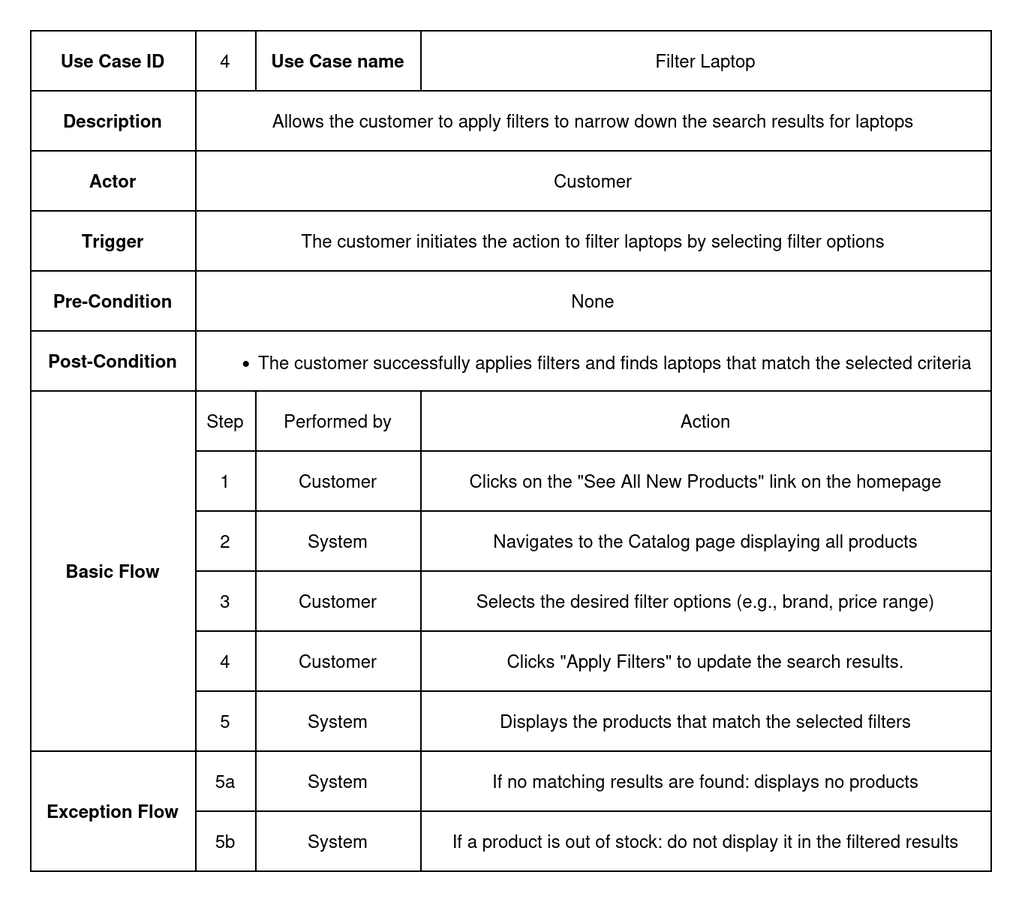
The draw.io diagram documentation/Images/usecase_metadata_card/uc_4_filter_laptop.drawio.png in auphong2707/itse-laptopshop-management-web-application, before a commit. Source tidied: cells renumbered, new cells last; positions are measured from the earlier drawing's top-left corner, leaving out a move shared by most shapes.
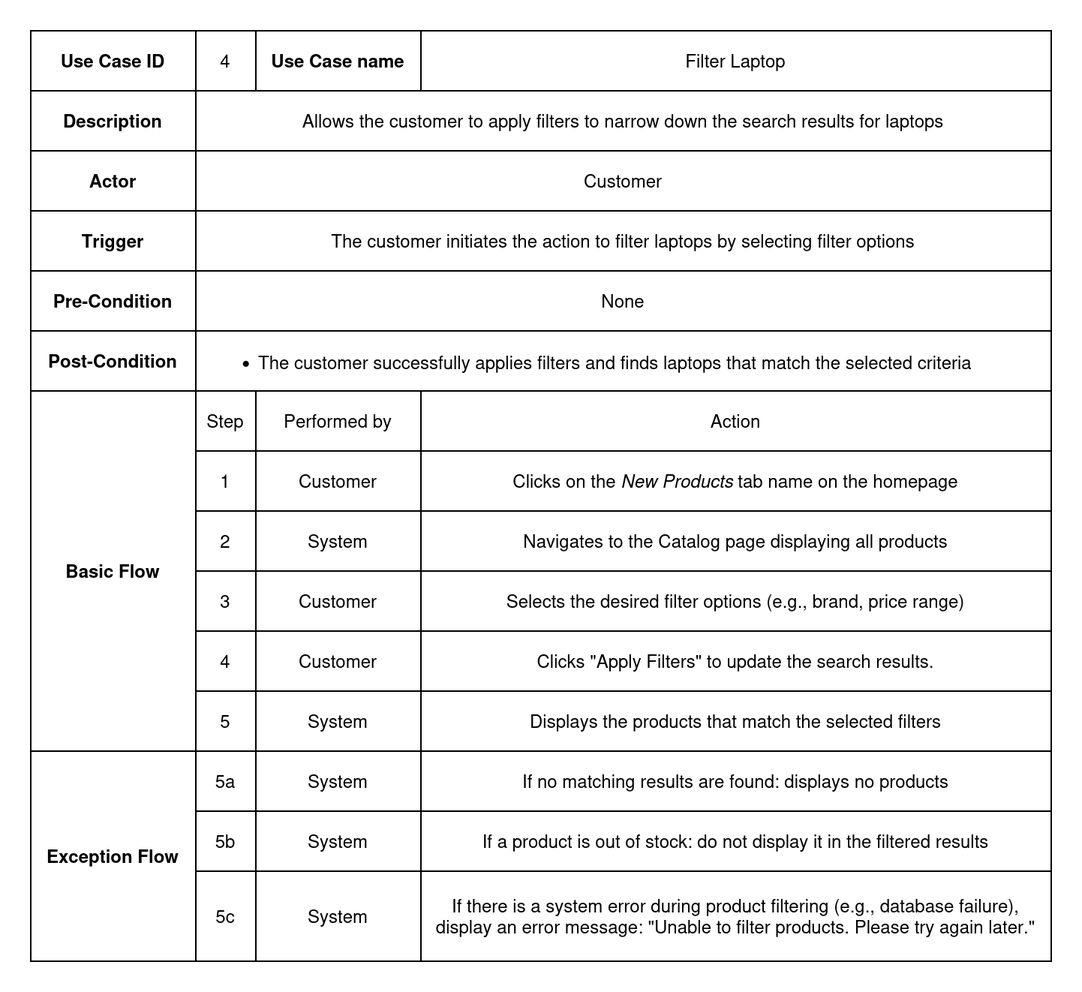
After the change.

Change to the diagram source:
```diff
@@ -3,10 +3,10 @@
     <mxCell id="0" />
     <mxCell id="1" parent="0" />
     <mxCell id="2" style="shape=table;startSize=0;" parent="1" vertex="1">
-      <mxGeometry width="640" height="560" as="geometry" />
+      <mxGeometry width="680" height="620" as="geometry" />
     </mxCell>
     <mxCell id="3" style="shape=tableRow;horizontal=0;startSize=0;swimlaneHead=0;swimlaneBody=0;strokeColor=inherit;top=0;left=0;bottom=0;right=0;fillColor=none;" parent="2" vertex="1">
-      <mxGeometry width="640" height="40" as="geometry" />
+      <mxGeometry width="680" height="40" as="geometry" />
     </mxCell>
     <mxCell id="4" value="Use Case ID" style="shape=partialRectangle;html=1;whiteSpace=wrap;strokeColor=inherit;overflow=hidden;fillColor=none;top=0;left=0;bottom=0;right=0;fontStyle=1;" parent="3" vertex="1">
       <mxGeometry width="110" height="40" as="geometry" />
@@ -18,55 +18,55 @@
       <mxGeometry x="150" width="110" height="40" as="geometry" />
     </mxCell>
     <mxCell id="7" value="Filter Laptop" style="shape=partialRectangle;html=1;whiteSpace=wrap;strokeColor=inherit;overflow=hidden;fillColor=none;top=0;left=0;bottom=0;right=0;" parent="3" vertex="1">
-      <mxGeometry x="260" width="380" height="40" as="geometry" />
+      <mxGeometry x="260" width="420" height="40" as="geometry" />
     </mxCell>
     <mxCell id="8" style="shape=tableRow;horizontal=0;startSize=0;swimlaneHead=0;swimlaneBody=0;strokeColor=inherit;top=0;left=0;bottom=0;right=0;fillColor=none;" parent="2" vertex="1">
-      <mxGeometry y="40" width="640" height="40" as="geometry" />
+      <mxGeometry y="40" width="680" height="40" as="geometry" />
     </mxCell>
     <mxCell id="9" value="Description" style="shape=partialRectangle;html=1;whiteSpace=wrap;strokeColor=inherit;overflow=hidden;fillColor=none;top=0;left=0;bottom=0;right=0;fontStyle=1;" parent="8" vertex="1">
       <mxGeometry width="110" height="40" as="geometry" />
     </mxCell>
     <mxCell id="10" value="Allows the customer to apply filters to narrow down the search results for laptops" style="shape=partialRectangle;html=1;whiteSpace=wrap;strokeColor=inherit;overflow=hidden;fillColor=none;top=0;left=0;bottom=0;right=0;rowspan=1;colspan=3;" parent="8" vertex="1">
-      <mxGeometry x="110" width="530" height="40" as="geometry" />
+      <mxGeometry x="110" width="570" height="40" as="geometry" />
     </mxCell>
     <mxCell id="11" style="shape=tableRow;horizontal=0;startSize=0;swimlaneHead=0;swimlaneBody=0;strokeColor=inherit;top=0;left=0;bottom=0;right=0;fillColor=none;" parent="2" vertex="1">
-      <mxGeometry y="80" width="640" height="40" as="geometry" />
+      <mxGeometry y="80" width="680" height="40" as="geometry" />
     </mxCell>
     <mxCell id="12" value="Actor" style="shape=partialRectangle;html=1;whiteSpace=wrap;strokeColor=inherit;overflow=hidden;fillColor=none;top=0;left=0;bottom=0;right=0;fontStyle=1;" parent="11" vertex="1">
       <mxGeometry width="110" height="40" as="geometry" />
     </mxCell>
     <mxCell id="13" value="Customer" style="shape=partialRectangle;html=1;whiteSpace=wrap;strokeColor=inherit;overflow=hidden;fillColor=none;top=0;left=0;bottom=0;right=0;rowspan=1;colspan=3;" parent="11" vertex="1">
-      <mxGeometry x="110" width="530" height="40" as="geometry" />
+      <mxGeometry x="110" width="570" height="40" as="geometry" />
     </mxCell>
     <mxCell id="14" style="shape=tableRow;horizontal=0;startSize=0;swimlaneHead=0;swimlaneBody=0;strokeColor=inherit;top=0;left=0;bottom=0;right=0;fillColor=none;" parent="2" vertex="1">
-      <mxGeometry y="120" width="640" height="40" as="geometry" />
+      <mxGeometry y="120" width="680" height="40" as="geometry" />
     </mxCell>
     <mxCell id="15" value="Trigger" style="shape=partialRectangle;html=1;whiteSpace=wrap;strokeColor=inherit;overflow=hidden;fillColor=none;top=0;left=0;bottom=0;right=0;fontStyle=1;" parent="14" vertex="1">
       <mxGeometry width="110" height="40" as="geometry" />
     </mxCell>
     <mxCell id="16" value="The customer initiates the action to filter laptops by selecting filter options" style="shape=partialRectangle;html=1;whiteSpace=wrap;strokeColor=inherit;overflow=hidden;fillColor=none;top=0;left=0;bottom=0;right=0;rowspan=1;colspan=3;" parent="14" vertex="1">
-      <mxGeometry x="110" width="530" height="40" as="geometry" />
+      <mxGeometry x="110" width="570" height="40" as="geometry" />
     </mxCell>
     <mxCell id="17" style="shape=tableRow;horizontal=0;startSize=0;swimlaneHead=0;swimlaneBody=0;strokeColor=inherit;top=0;left=0;bottom=0;right=0;fillColor=none;" parent="2" vertex="1">
-      <mxGeometry y="160" width="640" height="40" as="geometry" />
+      <mxGeometry y="160" width="680" height="40" as="geometry" />
     </mxCell>
     <mxCell id="18" value="&lt;b&gt;Pre-Condition&lt;/b&gt;" style="shape=partialRectangle;html=1;whiteSpace=wrap;strokeColor=inherit;overflow=hidden;fillColor=none;top=0;left=0;bottom=0;right=0;" parent="17" vertex="1">
       <mxGeometry width="110" height="40" as="geometry" />
     </mxCell>
     <mxCell id="19" value="None" style="shape=partialRectangle;html=1;whiteSpace=wrap;strokeColor=inherit;overflow=hidden;fillColor=none;top=0;left=0;bottom=0;right=0;rowspan=1;colspan=3;" parent="17" vertex="1">
-      <mxGeometry x="110" width="530" height="40" as="geometry" />
+      <mxGeometry x="110" width="570" height="40" as="geometry" />
     </mxCell>
     <mxCell id="20" style="shape=tableRow;horizontal=0;startSize=0;swimlaneHead=0;swimlaneBody=0;strokeColor=inherit;top=0;left=0;bottom=0;right=0;fillColor=none;" parent="2" vertex="1">
-      <mxGeometry y="200" width="640" height="40" as="geometry" />
+      <mxGeometry y="200" width="680" height="40" as="geometry" />
     </mxCell>
     <mxCell id="21" value="&lt;b&gt;Post-Condition&lt;/b&gt;" style="shape=partialRectangle;html=1;whiteSpace=wrap;strokeColor=inherit;overflow=hidden;fillColor=none;top=0;left=0;bottom=0;right=0;" parent="20" vertex="1">
       <mxGeometry width="110" height="40" as="geometry" />
     </mxCell>
     <mxCell id="22" value="&lt;div align=&quot;left&quot;&gt;&lt;ul&gt;&lt;li&gt;The customer successfully applies filters and finds laptops that match the selected criteria&lt;/li&gt;&lt;/ul&gt;&lt;/div&gt;" style="shape=partialRectangle;html=1;whiteSpace=wrap;strokeColor=inherit;overflow=hidden;fillColor=none;top=0;left=0;bottom=0;right=0;rowspan=1;colspan=3;align=left;" parent="20" vertex="1">
-      <mxGeometry x="110" width="530" height="40" as="geometry" />
+      <mxGeometry x="110" width="570" height="40" as="geometry" />
     </mxCell>
     <mxCell id="23" style="shape=tableRow;horizontal=0;startSize=0;swimlaneHead=0;swimlaneBody=0;strokeColor=inherit;top=0;left=0;bottom=0;right=0;fillColor=none;" parent="2" vertex="1">
-      <mxGeometry y="240" width="640" height="40" as="geometry" />
+      <mxGeometry y="240" width="680" height="40" as="geometry" />
     </mxCell>
     <mxCell id="24" value="Basic Flow" style="shape=partialRectangle;html=1;whiteSpace=wrap;strokeColor=inherit;overflow=hidden;fillColor=none;top=0;left=0;bottom=0;right=0;fontStyle=1;rowspan=6;colspan=1;" parent="23" vertex="1">
       <mxGeometry width="110" height="240" as="geometry" />
@@ -78,10 +78,10 @@
       <mxGeometry x="150" width="110" height="40" as="geometry" />
     </mxCell>
     <mxCell id="27" value="Action" style="shape=partialRectangle;html=1;whiteSpace=wrap;strokeColor=inherit;overflow=hidden;fillColor=none;top=0;left=0;bottom=0;right=0;" parent="23" vertex="1">
-      <mxGeometry x="260" width="380" height="40" as="geometry" />
+      <mxGeometry x="260" width="420" height="40" as="geometry" />
     </mxCell>
     <mxCell id="28" style="shape=tableRow;horizontal=0;startSize=0;swimlaneHead=0;swimlaneBody=0;strokeColor=inherit;top=0;left=0;bottom=0;right=0;fillColor=none;" parent="2" vertex="1">
-      <mxGeometry y="280" width="640" height="40" as="geometry" />
+      <mxGeometry y="280" width="680" height="40" as="geometry" />
     </mxCell>
     <mxCell id="29" value="1" style="shape=partialRectangle;html=1;whiteSpace=wrap;strokeColor=inherit;overflow=hidden;fillColor=none;top=0;left=0;bottom=0;right=0;" parent="28" vertex="1">
       <mxGeometry x="110" width="40" height="40" as="geometry" />
@@ -89,11 +89,11 @@
     <mxCell id="30" value="Customer" style="shape=partialRectangle;html=1;whiteSpace=wrap;strokeColor=inherit;overflow=hidden;fillColor=none;top=0;left=0;bottom=0;right=0;" parent="28" vertex="1">
       <mxGeometry x="150" width="110" height="40" as="geometry" />
     </mxCell>
-    <mxCell id="31" value="Clicks on the &lt;span&gt;&quot;See All New Products&quot;&lt;/span&gt; link on the homepage" style="shape=partialRectangle;html=1;whiteSpace=wrap;strokeColor=inherit;overflow=hidden;fillColor=none;top=0;left=0;bottom=0;right=0;" parent="28" vertex="1">
-      <mxGeometry x="260" width="380" height="40" as="geometry" />
+    <mxCell id="31" value="Clicks on the &lt;i&gt;New&lt;/i&gt;&lt;span&gt;&lt;i&gt;&amp;nbsp;Products&lt;/i&gt;&lt;/span&gt;&amp;nbsp;tab name on the homepage" style="shape=partialRectangle;html=1;whiteSpace=wrap;strokeColor=inherit;overflow=hidden;fillColor=none;top=0;left=0;bottom=0;right=0;" parent="28" vertex="1">
+      <mxGeometry x="260" width="420" height="40" as="geometry" />
     </mxCell>
     <mxCell id="32" style="shape=tableRow;horizontal=0;startSize=0;swimlaneHead=0;swimlaneBody=0;strokeColor=inherit;top=0;left=0;bottom=0;right=0;fillColor=none;" parent="2" vertex="1">
-      <mxGeometry y="320" width="640" height="40" as="geometry" />
+      <mxGeometry y="320" width="680" height="40" as="geometry" />
     </mxCell>
     <mxCell id="33" value="2" style="shape=partialRectangle;html=1;whiteSpace=wrap;strokeColor=inherit;overflow=hidden;fillColor=none;top=0;left=0;bottom=0;right=0;" parent="32" vertex="1">
       <mxGeometry x="110" width="40" height="40" as="geometry" />
@@ -102,10 +102,10 @@
       <mxGeometry x="150" width="110" height="40" as="geometry" />
     </mxCell>
     <mxCell id="35" value="Navigates to the Catalog page displaying all products" style="shape=partialRectangle;html=1;whiteSpace=wrap;strokeColor=inherit;overflow=hidden;fillColor=none;top=0;left=0;bottom=0;right=0;" parent="32" vertex="1">
-      <mxGeometry x="260" width="380" height="40" as="geometry" />
+      <mxGeometry x="260" width="420" height="40" as="geometry" />
     </mxCell>
     <mxCell id="36" style="shape=tableRow;horizontal=0;startSize=0;swimlaneHead=0;swimlaneBody=0;strokeColor=inherit;top=0;left=0;bottom=0;right=0;fillColor=none;" parent="2" vertex="1">
-      <mxGeometry y="360" width="640" height="40" as="geometry" />
+      <mxGeometry y="360" width="680" height="40" as="geometry" />
     </mxCell>
     <mxCell id="37" value="3" style="shape=partialRectangle;html=1;whiteSpace=wrap;strokeColor=inherit;overflow=hidden;fillColor=none;top=0;left=0;bottom=0;right=0;" parent="36" vertex="1">
       <mxGeometry x="110" width="40" height="40" as="geometry" />
@@ -114,10 +114,10 @@
       <mxGeometry x="150" width="110" height="40" as="geometry" />
     </mxCell>
     <mxCell id="39" value="Selects the desired filter options (e.g., brand, price range)" style="shape=partialRectangle;html=1;whiteSpace=wrap;strokeColor=inherit;overflow=hidden;fillColor=none;top=0;left=0;bottom=0;right=0;" parent="36" vertex="1">
-      <mxGeometry x="260" width="380" height="40" as="geometry" />
+      <mxGeometry x="260" width="420" height="40" as="geometry" />
     </mxCell>
     <mxCell id="40" style="shape=tableRow;horizontal=0;startSize=0;swimlaneHead=0;swimlaneBody=0;strokeColor=inherit;top=0;left=0;bottom=0;right=0;fillColor=none;" parent="2" vertex="1">
-      <mxGeometry y="400" width="640" height="40" as="geometry" />
+      <mxGeometry y="400" width="680" height="40" as="geometry" />
     </mxCell>
     <mxCell id="41" value="4" style="shape=partialRectangle;html=1;whiteSpace=wrap;strokeColor=inherit;overflow=hidden;fillColor=none;top=0;left=0;bottom=0;right=0;" parent="40" vertex="1">
       <mxGeometry x="110" width="40" height="40" as="geometry" />
@@ -126,10 +126,10 @@
       <mxGeometry x="150" width="110" height="40" as="geometry" />
     </mxCell>
     <mxCell id="43" value="Clicks &lt;span&gt;&quot;Apply Filters&quot;&lt;/span&gt; to update the search results." style="shape=partialRectangle;html=1;whiteSpace=wrap;strokeColor=inherit;overflow=hidden;fillColor=none;top=0;left=0;bottom=0;right=0;" parent="40" vertex="1">
-      <mxGeometry x="260" width="380" height="40" as="geometry" />
+      <mxGeometry x="260" width="420" height="40" as="geometry" />
     </mxCell>
     <mxCell id="44" style="shape=tableRow;horizontal=0;startSize=0;swimlaneHead=0;swimlaneBody=0;strokeColor=inherit;top=0;left=0;bottom=0;right=0;fillColor=none;" parent="2" vertex="1">
-      <mxGeometry y="440" width="640" height="40" as="geometry" />
+      <mxGeometry y="440" width="680" height="40" as="geometry" />
     </mxCell>
     <mxCell id="45" value="5" style="shape=partialRectangle;html=1;whiteSpace=wrap;strokeColor=inherit;overflow=hidden;fillColor=none;top=0;left=0;bottom=0;right=0;" parent="44" vertex="1">
       <mxGeometry x="110" width="40" height="40" as="geometry" />
@@ -138,13 +138,13 @@
       <mxGeometry x="150" width="110" height="40" as="geometry" />
     </mxCell>
     <mxCell id="47" value="Displays the products that match the selected filters" style="shape=partialRectangle;html=1;whiteSpace=wrap;strokeColor=inherit;overflow=hidden;fillColor=none;top=0;left=0;bottom=0;right=0;" parent="44" vertex="1">
-      <mxGeometry x="260" width="380" height="40" as="geometry" />
+      <mxGeometry x="260" width="420" height="40" as="geometry" />
     </mxCell>
     <mxCell id="48" style="shape=tableRow;horizontal=0;startSize=0;swimlaneHead=0;swimlaneBody=0;strokeColor=inherit;top=0;left=0;bottom=0;right=0;fillColor=none;" parent="2" vertex="1">
-      <mxGeometry y="480" width="640" height="40" as="geometry" />
+      <mxGeometry y="480" width="680" height="40" as="geometry" />
     </mxCell>
-    <mxCell id="49" value="Exception Flow" style="shape=partialRectangle;html=1;whiteSpace=wrap;strokeColor=inherit;overflow=hidden;fillColor=none;top=0;left=0;bottom=0;right=0;fontStyle=1;rowspan=2;colspan=1;" parent="48" vertex="1">
-      <mxGeometry width="110" height="80" as="geometry" />
+    <mxCell id="49" value="Exception Flow" style="shape=partialRectangle;html=1;whiteSpace=wrap;strokeColor=inherit;overflow=hidden;fillColor=none;top=0;left=0;bottom=0;right=0;fontStyle=1;rowspan=3;colspan=1;" parent="48" vertex="1">
+      <mxGeometry width="110" height="140" as="geometry" />
     </mxCell>
     <mxCell id="50" value="5a" style="shape=partialRectangle;html=1;whiteSpace=wrap;strokeColor=inherit;overflow=hidden;fillColor=none;top=0;left=0;bottom=0;right=0;" parent="48" vertex="1">
       <mxGeometry x="110" width="40" height="40" as="geometry" />
@@ -153,10 +153,10 @@
       <mxGeometry x="150" width="110" height="40" as="geometry" />
     </mxCell>
     <mxCell id="52" value="If no matching results are found: displays no products" style="shape=partialRectangle;html=1;whiteSpace=wrap;strokeColor=inherit;overflow=hidden;fillColor=none;top=0;left=0;bottom=0;right=0;" parent="48" vertex="1">
-      <mxGeometry x="260" width="380" height="40" as="geometry" />
+      <mxGeometry x="260" width="420" height="40" as="geometry" />
     </mxCell>
     <mxCell id="53" style="shape=tableRow;horizontal=0;startSize=0;swimlaneHead=0;swimlaneBody=0;strokeColor=inherit;top=0;left=0;bottom=0;right=0;fillColor=none;" parent="2" vertex="1">
-      <mxGeometry y="520" width="640" height="40" as="geometry" />
+      <mxGeometry y="520" width="680" height="40" as="geometry" />
     </mxCell>
     <mxCell id="54" value="5b" style="shape=partialRectangle;html=1;whiteSpace=wrap;strokeColor=inherit;overflow=hidden;fillColor=none;top=0;left=0;bottom=0;right=0;" parent="53" vertex="1">
       <mxGeometry x="110" width="40" height="40" as="geometry" />
@@ -165,7 +165,19 @@
       <mxGeometry x="150" width="110" height="40" as="geometry" />
     </mxCell>
     <mxCell id="56" value="If a product is out of stock: do not display it in the filtered results" style="shape=partialRectangle;html=1;whiteSpace=wrap;strokeColor=inherit;overflow=hidden;fillColor=none;top=0;left=0;bottom=0;right=0;" parent="53" vertex="1">
-      <mxGeometry x="260" width="380" height="40" as="geometry" />
+      <mxGeometry x="260" width="420" height="40" as="geometry" />
     </mxCell>
+    <mxCell id="57" style="shape=tableRow;horizontal=0;startSize=0;swimlaneHead=0;swimlaneBody=0;strokeColor=inherit;top=0;left=0;bottom=0;right=0;fillColor=none;" parent="2" vertex="1">
+      <mxGeometry y="560" width="680" height="60" as="geometry" />
+    </mxCell>
+    <mxCell id="58" value="5c" style="shape=partialRectangle;html=1;whiteSpace=wrap;strokeColor=inherit;overflow=hidden;fillColor=none;top=0;left=0;bottom=0;right=0;" parent="57" vertex="1">
+      <mxGeometry x="110" width="40" height="60" as="geometry" />
+    </mxCell>
+    <mxCell id="59" value="System" style="shape=partialRectangle;html=1;whiteSpace=wrap;strokeColor=inherit;overflow=hidden;fillColor=none;top=0;left=0;bottom=0;right=0;" parent="57" vertex="1">
+      <mxGeometry x="150" width="110" height="60" as="geometry" />
+    </mxCell>
+    <mxCell id="60" value="&lt;p style=&quot;white-space: pre-wrap;&quot; dir=&quot;auto&quot;&gt;If there is a system error during product filtering (e.g., database failure), display an error message: &quot;Unable to filter products. Please try again later.&quot;&lt;/p&gt;" style="shape=partialRectangle;html=1;whiteSpace=wrap;strokeColor=inherit;overflow=hidden;fillColor=none;top=0;left=0;bottom=0;right=0;" parent="57" vertex="1">
+      <mxGeometry x="260" width="420" height="60" as="geometry" />
+    </mxCell>
   </root>
 </mxGraphModel>
```
